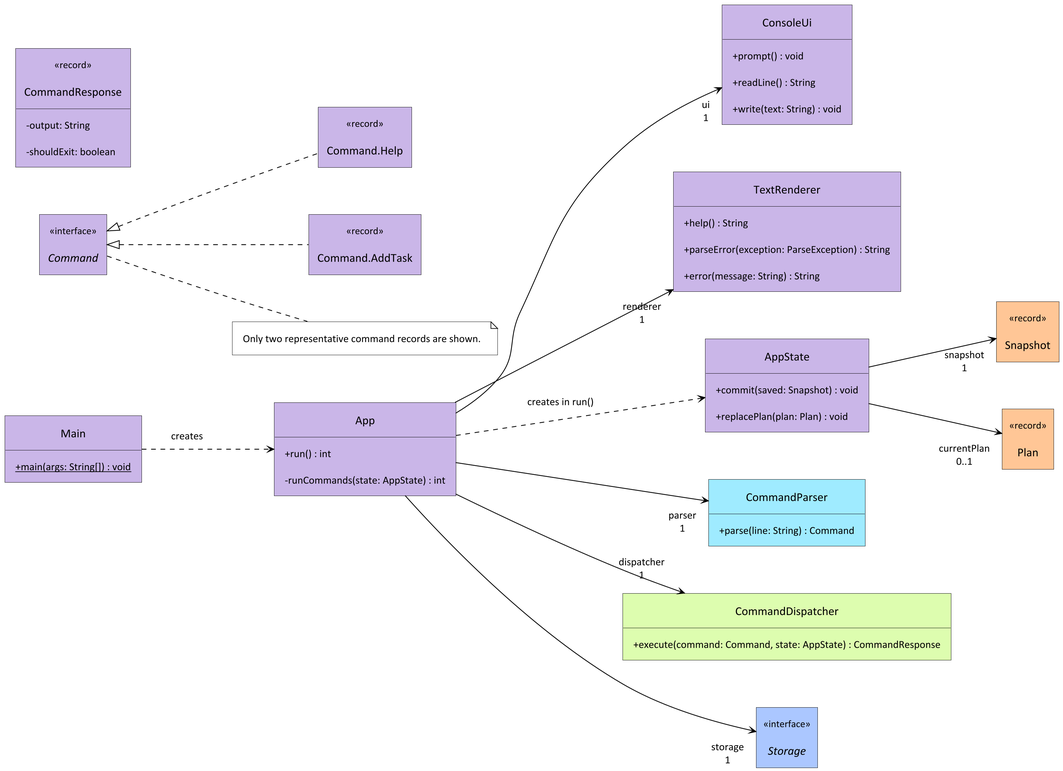
Above: docs/images/ka-how-console-classes.png in AY2627S1-CS2113-T10-1/tp (PlantUML), before the change. Its source is kept beside it as docs/diagrams/ka-how-console-classes.puml. The source it was exported from:
```plantuml
@startuml
!include course-style.puml
left to right direction
hide empty members

class Main SHELL {
    {static} + main(args: String[]) : void
}
class App SHELL {
    + run() : int
    - runCommands(state: AppState) : int
}
class ConsoleUi SHELL {
    + prompt() : void
    + readLine() : String
    + write(text: String) : void
}
class TextRenderer SHELL {
    + help() : String
    + parseError(exception: ParseException) : String
    + error(message: String) : String
}
class AppState SHELL {
    + commit(saved: Snapshot) : void
    + replacePlan(plan: Plan) : void
}
interface Command <<interface>> SHELL
class "Command.Help" as Help <<record>> SHELL
class "Command.AddTask" as AddTask <<record>> SHELL
class CommandResponse <<record>> SHELL {
    - output: String
    - shouldExit: boolean
}
class CommandParser PARSING {
    + parse(line: String) : Command
}
class CommandDispatcher DOMAIN {
    + execute(command: Command, state: AppState) : CommandResponse
}
interface Storage <<interface>> PERSISTENCE
class Snapshot <<record>> VALUES
class Plan <<record>> VALUES

Main ..> App : creates
App --> "ui\n1" ConsoleUi
App --> "renderer\n1" TextRenderer
App --> "parser\n1" CommandParser
App --> "dispatcher\n1" CommandDispatcher
App --> "storage\n1" Storage
App ..> AppState : creates in run()
Command <|.. Help
Command <|.. AddTask
AppState --> "snapshot\n1" Snapshot
AppState --> "currentPlan\n0..1" Plan

note as CommandNote
  Only two representative command records are shown.
end note
Command .. CommandNote
@enduml
```
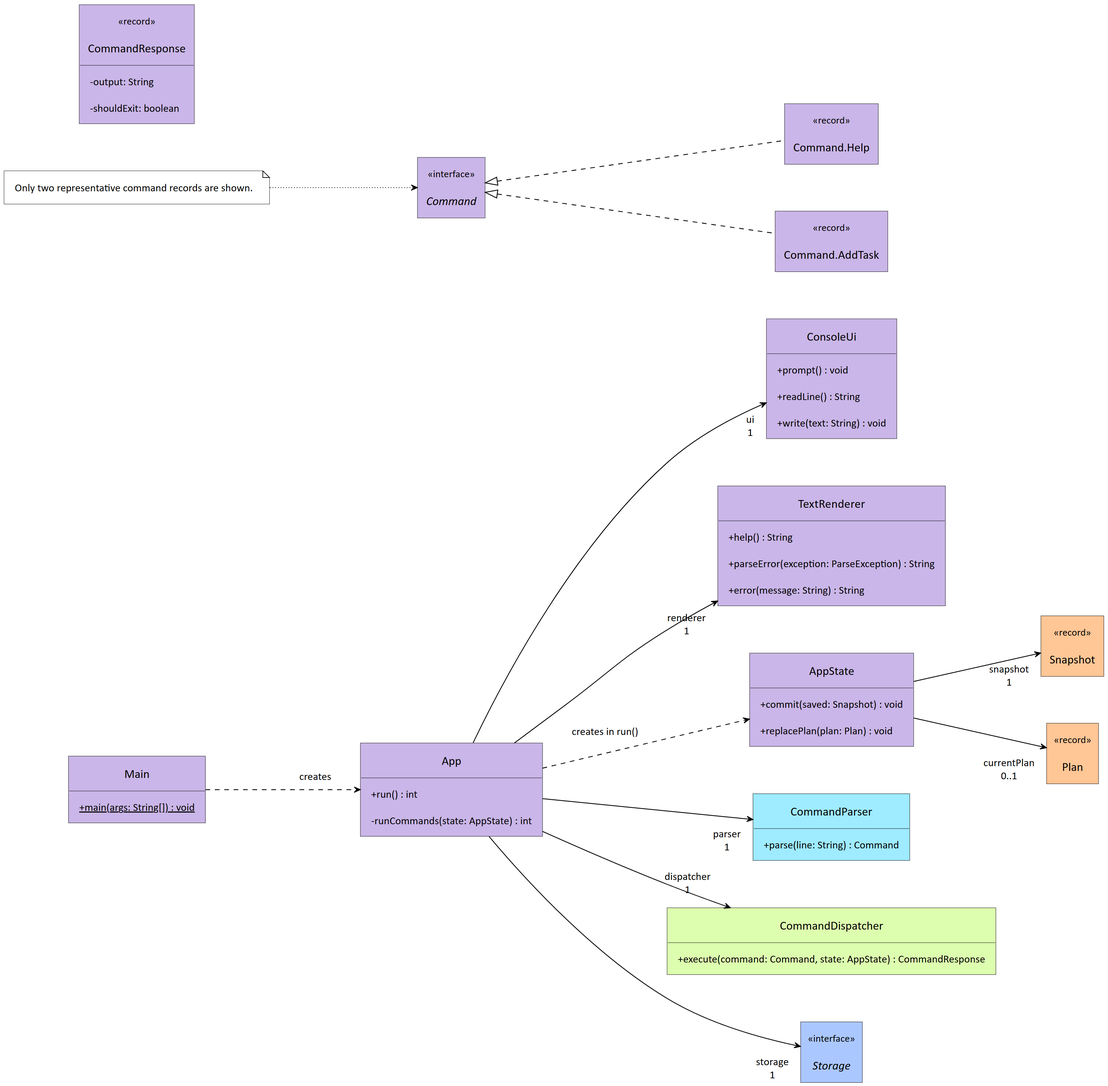
After the change.

Diff of the diagram source:
```diff
@@ -56,5 +56,5 @@
 note as CommandNote
   Only two representative command records are shown.
 end note
-Command .. CommandNote
+CommandNote -[dotted]-> Command
 @enduml
```
